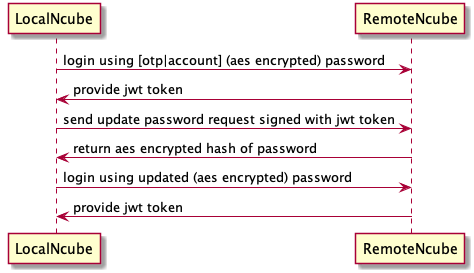
The PlantUML diagram doc/diagrams/auth-update-handshake.png in critocrito/ncube, before a commit.
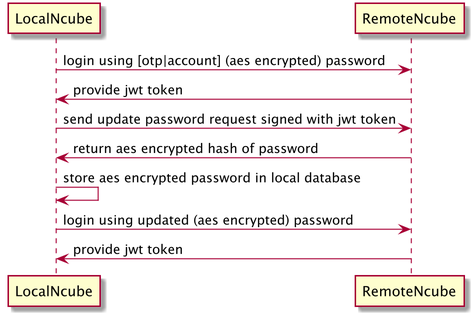
Later version of the same file.

Change to the diagram source:
```diff
@@ -1,8 +1,10 @@
 @startuml
+  scale 2
   LocalNcube -> RemoteNcube: login using [otp|account] (aes encrypted) password
   RemoteNcube -> LocalNcube: provide jwt token
   LocalNcube -> RemoteNcube: send update password request signed with jwt token
   RemoteNcube -> LocalNcube: return aes encrypted hash of password
+  LocalNcube -> LocalNcube: store aes encrypted password in local database
   LocalNcube -> RemoteNcube: login using updated (aes encrypted) password
   RemoteNcube -> LocalNcube: provide jwt token
 @enduml
```
